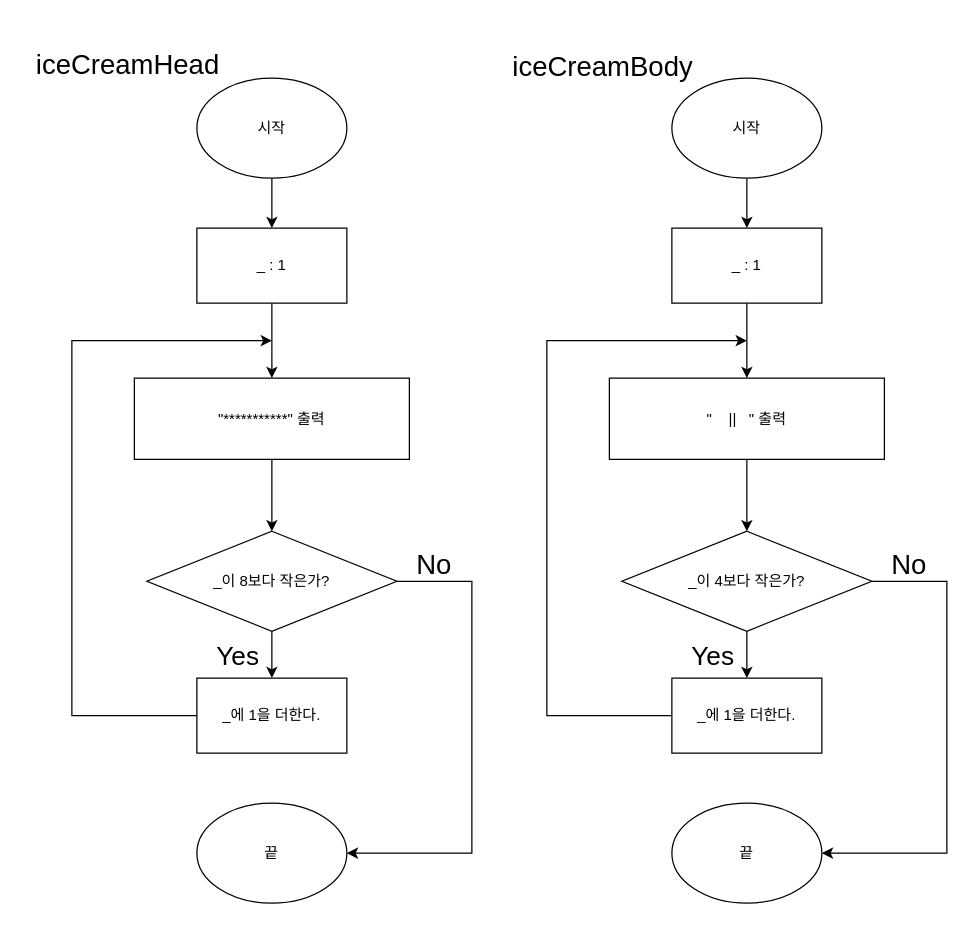
Before: CodeStarterCamp_Week1/아이스크림.drawio in yagom-academy/swift-starter-Round1, a draw.io diagram. Source tidied: cells renumbered, new cells numbered last; positions are measured from the earlier drawing's top-left corner, leaving out a move shared by most shapes. Both pictures are drawn from the tidied source at 125%, with x=0, y=0 at pixel (21, 45).
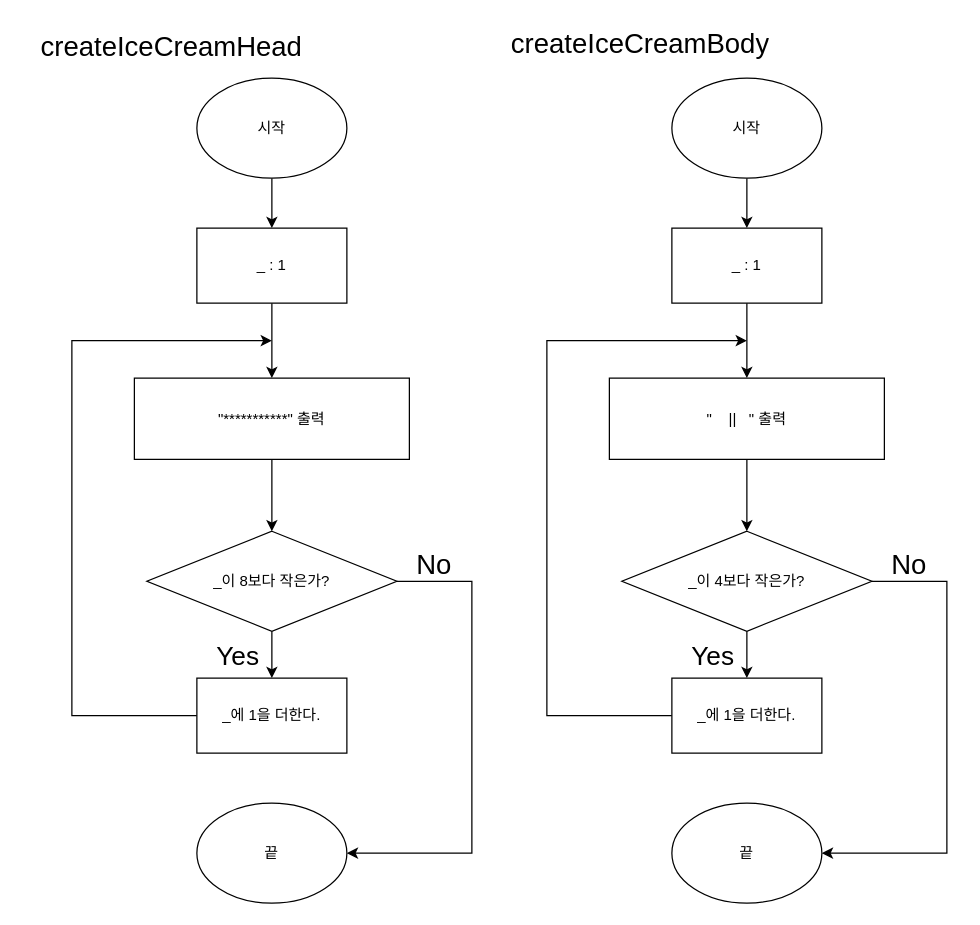
The same diagram, later.

Commit message:
아이스크림.drawio 함수명 변경

Change to the diagram source:
```diff
@@
-    <mxCell id="16" value="&lt;span style=&quot;font-size: 22px;&quot;&gt;iceCreamHead&lt;/span&gt;" style="text;strokeColor=none;fillColor=none;align=center;verticalAlign=middle;spacingLeft=4;spacingRight=4;overflow=hidden;whiteSpace=wrap;html=1;" parent="1" vertex="1">
-      <mxGeometry width="170" height="26" as="geometry" />
+    <mxCell id="16" value="&lt;span style=&quot;font-size: 22px;&quot;&gt;createIceCreamHead&lt;/span&gt;" style="text;strokeColor=none;fillColor=none;align=center;verticalAlign=middle;spacingLeft=4;spacingRight=4;overflow=hidden;whiteSpace=wrap;html=1;" parent="1" vertex="1">
+      <mxGeometry y="-14" width="240" height="26" as="geometry" />
     </mxCell>
@@
-    <mxCell id="31" value="&lt;span style=&quot;font-size: 22px;&quot;&gt;iceCreamBody&lt;/span&gt;" style="text;strokeColor=none;fillColor=none;align=center;verticalAlign=middle;spacingLeft=4;spacingRight=4;overflow=hidden;whiteSpace=wrap;html=1;" parent="1" vertex="1">
-      <mxGeometry x="380" width="170" height="36" as="geometry" />
+    <mxCell id="31" value="&lt;span style=&quot;font-size: 22px;&quot;&gt;createIceCreamBody&lt;/span&gt;" style="text;strokeColor=none;fillColor=none;align=center;verticalAlign=middle;spacingLeft=4;spacingRight=4;overflow=hidden;whiteSpace=wrap;html=1;" parent="1" vertex="1">
+      <mxGeometry x="380" y="-19" width="230" height="36" as="geometry" />
     </mxCell>
```
